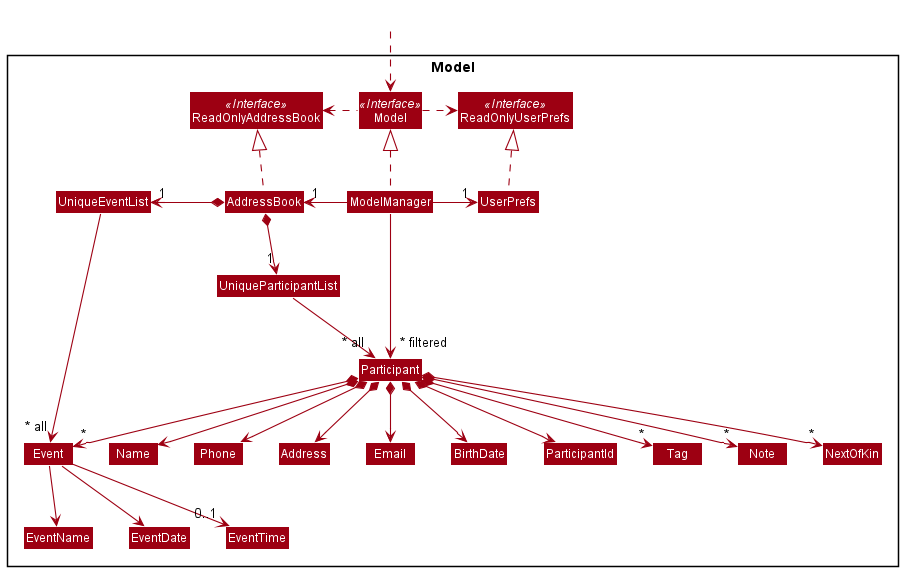
This is docs/images/ModelClassDiagram.png from nus-cs2103-AY2122S1/tp, a PlantUML export, as it was before one commit. Source of this version:
```plantuml
@startuml
!include style.puml
skinparam arrowThickness 1.1
skinparam arrowColor MODEL_COLOR
skinparam classBackgroundColor MODEL_COLOR

Package Model <<Rectangle>>{
Interface ReadOnlyAddressBook <<Interface>>
Interface ReadOnlyUserPrefs <<Interface>>
Interface Model <<Interface>>
Class AddressBook
Class ReadOnlyAddressBook
Class Model
Class ModelManager
Class UserPrefs
Class ReadOnlyUserPrefs

Class UniqueEventList
Class UniqueParticipantList
Class Participant
Class Address
Class Email
Class Name
Class Phone
Class BirthDate
Class ParticipantId
Class Tag
Class Note
Class NextOfKin
Class Event
Class EventName
Class EventDate
Class EventTime

}

Class HiddenOutside #FFFFFF
HiddenOutside ..> Model

AddressBook .up.|> ReadOnlyAddressBook

ModelManager .up.|> Model
Model .right.> ReadOnlyUserPrefs
Model .left.> ReadOnlyAddressBook
ModelManager -left-> "1" AddressBook
ModelManager -right-> "1" UserPrefs
UserPrefs .up.|> ReadOnlyUserPrefs

AddressBook *--> "1" UniqueParticipantList
AddressBook *-left-> "1" UniqueEventList
UniqueEventList --> "~* all" Event
Event --> EventName
Event --> EventDate
Event --> "0..1" EventTime
UniqueParticipantList --> "~* all" Participant
Participant *--> Name
Participant *--> Phone
Participant *--> Email
Participant *--> Address
Participant *--> ParticipantId
Participant *--> BirthDate
Participant *--> "*" Tag
Participant *--> "*" Note
Participant *--> "*" NextOfKin
Participant *--> "*" Event

Name -[hidden]right-> Phone
Phone -[hidden]right-> Address
Address -[hidden]right-> Email

ModelManager -->"~* filtered" Participant
@enduml
```
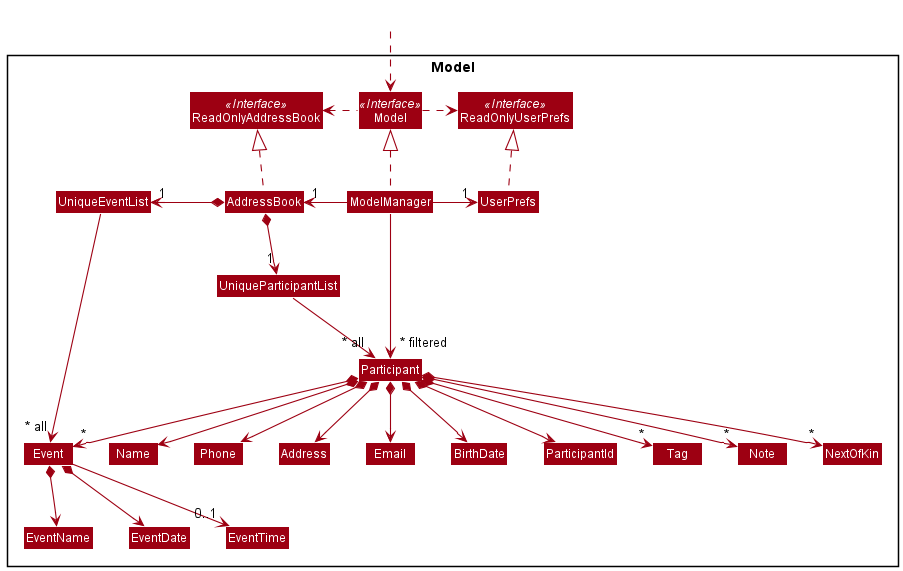
Later version of the same file.

Change to the diagram source:
```diff
@@ -49,8 +49,8 @@
 AddressBook *--> "1" UniqueParticipantList
 AddressBook *-left-> "1" UniqueEventList
 UniqueEventList --> "~* all" Event
-Event --> EventName
-Event --> EventDate
+Event *--> EventName
+Event *--> EventDate
 Event --> "0..1" EventTime
 UniqueParticipantList --> "~* all" Participant
 Participant *--> Name
```
